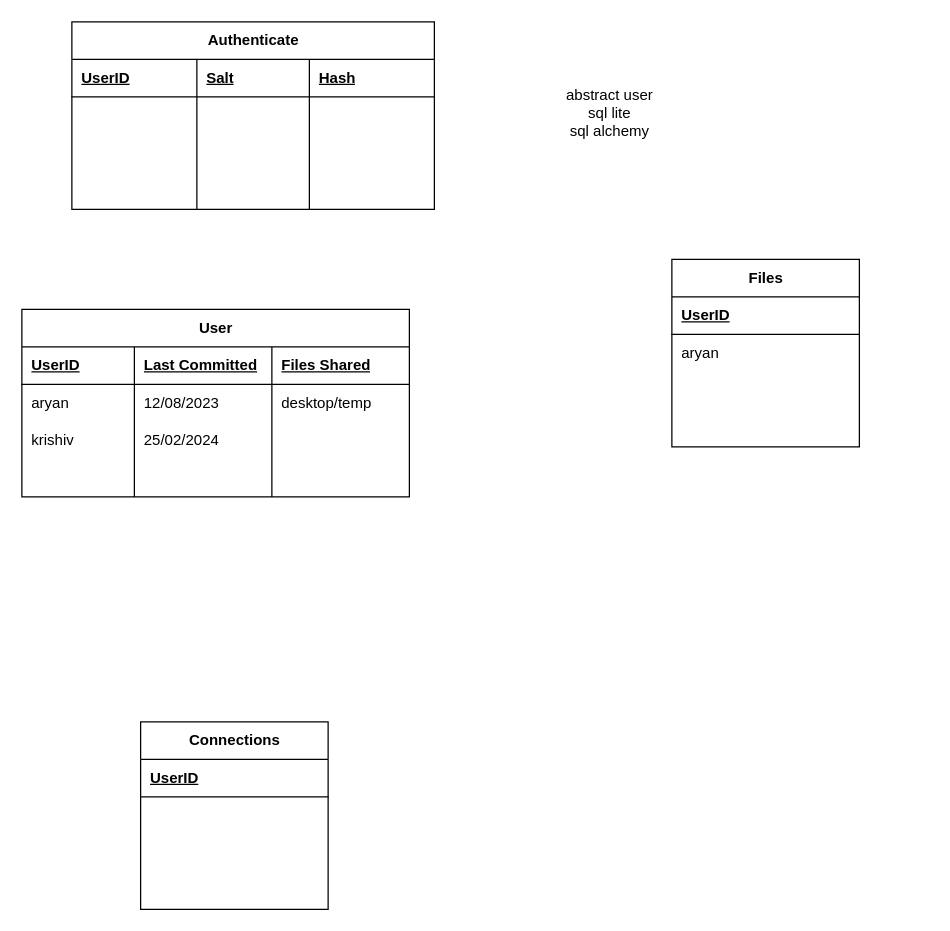
Above: databases.drawio in aryansharmastudies/NEA_v2 (draw.io), before the change. Source tidied: cells renumbered, new cells numbered last; positions are measured from the earlier drawing's top-left corner, leaving out a move shared by most shapes. Both pictures are drawn from the tidied source at 125%, with x=0, y=0 at pixel (21, 21).
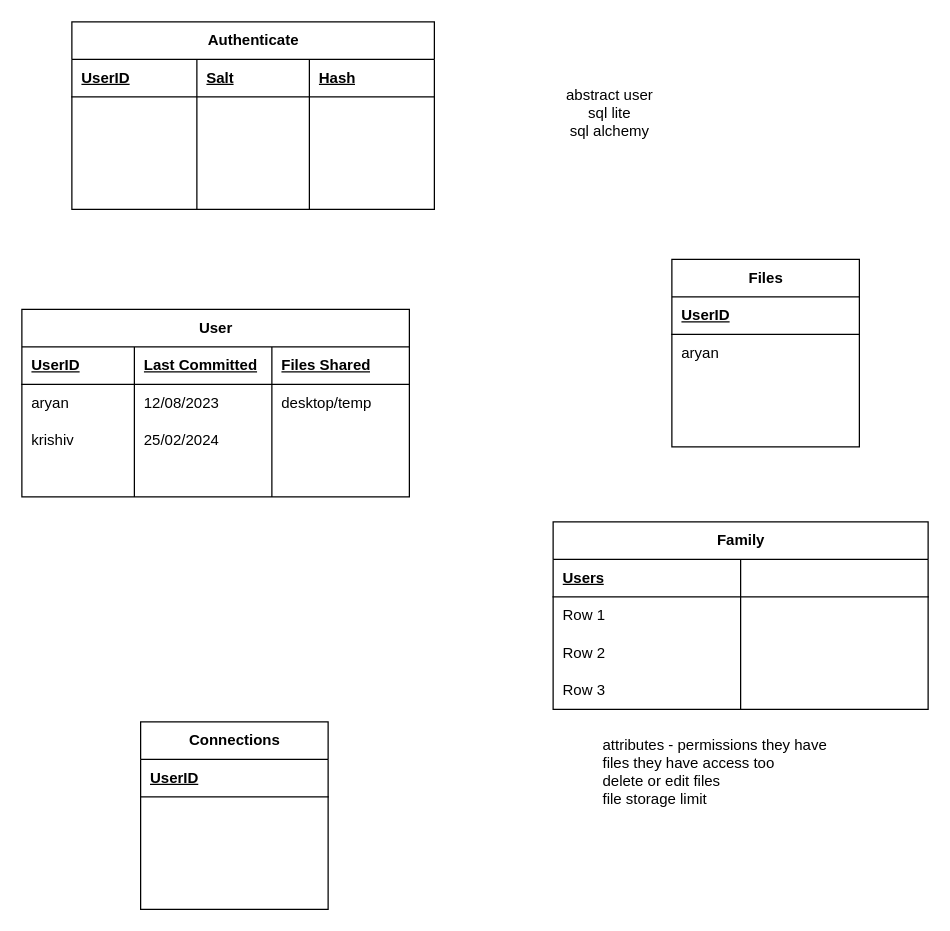
The same page after the edit.

Change to the diagram source:
```diff
@@
+    <mxCell id="55" value="Family" style="shape=table;startSize=30;childLayout=tableLayout;rowLines=0;fontStyle=1;align=center;html=1;" parent="1" vertex="1">
+      <mxGeometry x="425" y="400" width="300" height="150" as="geometry" />
+    </mxCell>
+    <mxCell id="56" style="shape=tableRow;horizontal=0;startSize=0;swimlaneHead=0;swimlaneBody=0;fillColor=none;top=0;left=0;right=0;bottom=1;" parent="55" vertex="1">
+      <mxGeometry y="30" width="300" height="30" as="geometry" />
+    </mxCell>
+    <mxCell id="57" value="Users" style="shape=partialRectangle;fillColor=none;top=0;left=0;bottom=0;right=0;align=left;spacingLeft=6;fontStyle=5;overflow=hidden;whiteSpace=wrap;html=1;" parent="56" vertex="1">
+      <mxGeometry width="150" height="30" as="geometry" />
+    </mxCell>
+    <mxCell id="58" style="shape=partialRectangle;fillColor=none;top=0;left=0;bottom=0;right=0;align=left;spacingLeft=6;fontStyle=5;overflow=hidden;whiteSpace=wrap;html=1;" parent="56" vertex="1">
+      <mxGeometry x="150" width="150" height="30" as="geometry" />
+    </mxCell>
+    <mxCell id="59" style="shape=tableRow;horizontal=0;startSize=0;swimlaneHead=0;swimlaneBody=0;fillColor=none;top=0;left=0;right=0;bottom=0;" parent="55" vertex="1">
+      <mxGeometry y="60" width="300" height="30" as="geometry" />
+    </mxCell>
+    <mxCell id="60" value="Row 1" style="shape=partialRectangle;fillColor=none;top=0;left=0;bottom=0;right=0;align=left;spacingLeft=6;overflow=hidden;whiteSpace=wrap;html=1;" parent="59" vertex="1">
+      <mxGeometry width="150" height="30" as="geometry" />
+    </mxCell>
+    <mxCell id="61" style="shape=partialRectangle;fillColor=none;top=0;left=0;bottom=0;right=0;align=left;spacingLeft=6;overflow=hidden;whiteSpace=wrap;html=1;" parent="59" vertex="1">
+      <mxGeometry x="150" width="150" height="30" as="geometry" />
+    </mxCell>
+    <mxCell id="62" style="shape=tableRow;horizontal=0;startSize=0;swimlaneHead=0;swimlaneBody=0;fillColor=none;top=0;left=0;right=0;bottom=0;" parent="55" vertex="1">
+      <mxGeometry y="90" width="300" height="30" as="geometry" />
+    </mxCell>
+    <mxCell id="63" value="Row 2" style="shape=partialRectangle;fillColor=none;top=0;left=0;bottom=0;right=0;align=left;spacingLeft=6;overflow=hidden;whiteSpace=wrap;html=1;" parent="62" vertex="1">
+      <mxGeometry width="150" height="30" as="geometry" />
+    </mxCell>
+    <mxCell id="64" style="shape=partialRectangle;fillColor=none;top=0;left=0;bottom=0;right=0;align=left;spacingLeft=6;overflow=hidden;whiteSpace=wrap;html=1;" parent="62" vertex="1">
+      <mxGeometry x="150" width="150" height="30" as="geometry" />
+    </mxCell>
+    <mxCell id="65" style="shape=tableRow;horizontal=0;startSize=0;swimlaneHead=0;swimlaneBody=0;fillColor=none;top=0;left=0;right=0;bottom=0;" parent="55" vertex="1">
+      <mxGeometry y="120" width="300" height="30" as="geometry" />
+    </mxCell>
+    <mxCell id="66" value="Row 3" style="shape=partialRectangle;fillColor=none;top=0;left=0;bottom=0;right=0;align=left;spacingLeft=6;overflow=hidden;whiteSpace=wrap;html=1;" parent="65" vertex="1">
+      <mxGeometry width="150" height="30" as="geometry" />
+    </mxCell>
+    <mxCell id="67" style="shape=partialRectangle;fillColor=none;top=0;left=0;bottom=0;right=0;align=left;spacingLeft=6;overflow=hidden;whiteSpace=wrap;html=1;" parent="65" vertex="1">
+      <mxGeometry x="150" width="150" height="30" as="geometry" />
+    </mxCell>
+    <mxCell id="68" value="&lt;div&gt;attributes - permissions they have&lt;/div&gt;&lt;div&gt;files they have access too&lt;/div&gt;&lt;div&gt;delete or edit files&lt;/div&gt;&lt;div&gt;file storage limit&lt;/div&gt;" style="text;html=1;align=left;verticalAlign=middle;whiteSpace=wrap;rounded=0;" parent="1" vertex="1">
+      <mxGeometry x="462.5" y="560" width="225" height="80" as="geometry" />
+    </mxCell>
```
